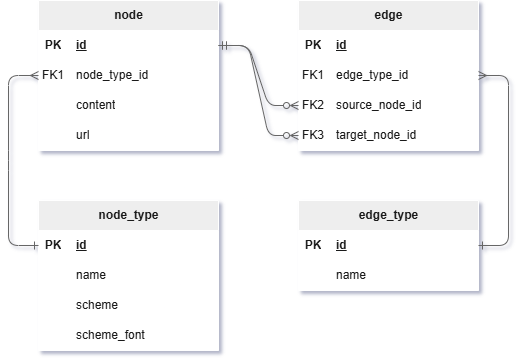
node-group-working-group/node-group-package keeps this draw.io diagram as content/assets/er_diagram_index.png. Above is the earlier version. Source tidied: cells renumbered, new cells last; positions are measured from the earlier drawing's top-left corner, leaving out a move shared by most shapes. Source of this version:
```xml
<mxGraphModel shadow="1">
  <root>
    <mxCell id="0" />
    <mxCell id="1" parent="0" />
    <mxCell id="2" value="node_type" style="shape=table;startSize=30;rowLines=0;fontStyle=1;align=center;html=1;fillColor=#EEEEEE;swimlaneFillColor=default;labelBackgroundColor=none;strokeColor=#FFFFFF;fontColor=#1A1A1A;" parent="1" vertex="1">
      <mxGeometry x="30" y="200" width="180" height="150" as="geometry" />
    </mxCell>
    <mxCell id="3" style="shape=tableRow;horizontal=0;startSize=0;swimlaneHead=0;swimlaneBody=0;fillColor=none;points=[[0,0.5],[1,0.5]];portConstraint=eastwest;top=0;left=0;right=0;bottom=1;labelBackgroundColor=none;strokeColor=#FFFFFF;fontColor=#1A1A1A;" parent="2" vertex="1">
      <mxGeometry y="30" width="180" height="30" as="geometry" />
    </mxCell>
    <mxCell id="4" value="PK" style="shape=partialRectangle;fillColor=none;top=0;left=0;bottom=0;right=0;fontStyle=1;overflow=hidden;whiteSpace=wrap;html=1;labelBackgroundColor=none;strokeColor=#FFFFFF;fontColor=#1A1A1A;" parent="3" vertex="1">
      <mxGeometry width="30" height="30" as="geometry" />
    </mxCell>
    <mxCell id="5" value="id" style="shape=partialRectangle;fillColor=none;top=0;left=0;bottom=0;right=0;align=left;spacingLeft=6;fontStyle=5;overflow=hidden;whiteSpace=wrap;html=1;labelBackgroundColor=none;strokeColor=#FFFFFF;fontColor=#1A1A1A;" parent="3" vertex="1">
      <mxGeometry x="30" width="150" height="30" as="geometry" />
    </mxCell>
    <mxCell id="6" style="shape=tableRow;horizontal=0;startSize=0;swimlaneHead=0;swimlaneBody=0;fillColor=none;top=0;left=0;right=0;bottom=0;labelBackgroundColor=none;strokeColor=#FFFFFF;fontColor=#1A1A1A;" parent="2" vertex="1">
      <mxGeometry y="60" width="180" height="30" as="geometry" />
    </mxCell>
    <mxCell id="7" style="shape=partialRectangle;fillColor=none;top=0;left=0;bottom=0;right=0;overflow=hidden;whiteSpace=wrap;html=1;labelBackgroundColor=none;strokeColor=#FFFFFF;fontColor=#1A1A1A;" parent="6" vertex="1">
      <mxGeometry width="30" height="30" as="geometry" />
    </mxCell>
    <mxCell id="8" value="name" style="shape=partialRectangle;fillColor=none;top=0;left=0;bottom=0;right=0;align=left;spacingLeft=6;overflow=hidden;whiteSpace=wrap;html=1;labelBackgroundColor=none;strokeColor=#FFFFFF;fontColor=#1A1A1A;" parent="6" vertex="1">
      <mxGeometry x="30" width="150" height="30" as="geometry" />
    </mxCell>
    <mxCell id="9" style="shape=tableRow;horizontal=0;startSize=0;swimlaneHead=0;swimlaneBody=0;fillColor=none;top=0;left=0;right=0;bottom=0;labelBackgroundColor=none;strokeColor=#FFFFFF;fontColor=#1A1A1A;" parent="2" vertex="1">
      <mxGeometry y="90" width="180" height="30" as="geometry" />
    </mxCell>
    <mxCell id="10" style="shape=partialRectangle;fillColor=none;top=0;left=0;bottom=0;right=0;overflow=hidden;whiteSpace=wrap;html=1;labelBackgroundColor=none;strokeColor=#FFFFFF;fontColor=#1A1A1A;" parent="9" vertex="1">
      <mxGeometry width="30" height="30" as="geometry" />
    </mxCell>
    <mxCell id="11" value="scheme" style="shape=partialRectangle;fillColor=none;top=0;left=0;bottom=0;right=0;align=left;spacingLeft=6;overflow=hidden;whiteSpace=wrap;html=1;labelBackgroundColor=none;strokeColor=#FFFFFF;fontColor=#1A1A1A;" parent="9" vertex="1">
      <mxGeometry x="30" width="150" height="30" as="geometry" />
    </mxCell>
    <mxCell id="12" style="shape=tableRow;horizontal=0;startSize=0;swimlaneHead=0;swimlaneBody=0;fillColor=none;top=0;left=0;right=0;bottom=0;labelBackgroundColor=none;strokeColor=#FFFFFF;fontColor=#1A1A1A;" parent="2" vertex="1">
      <mxGeometry y="120" width="180" height="30" as="geometry" />
    </mxCell>
    <mxCell id="13" style="shape=partialRectangle;fillColor=none;top=0;left=0;bottom=0;right=0;overflow=hidden;whiteSpace=wrap;html=1;labelBackgroundColor=none;strokeColor=#FFFFFF;fontColor=#1A1A1A;" parent="12" vertex="1">
      <mxGeometry width="30" height="30" as="geometry" />
    </mxCell>
    <mxCell id="14" value="scheme_font" style="shape=partialRectangle;fillColor=none;top=0;left=0;bottom=0;right=0;align=left;spacingLeft=6;overflow=hidden;whiteSpace=wrap;html=1;labelBackgroundColor=none;strokeColor=#FFFFFF;fontColor=#1A1A1A;" parent="12" vertex="1">
      <mxGeometry x="30" width="150" height="30" as="geometry" />
    </mxCell>
    <mxCell id="15" value="edge_type" style="shape=table;startSize=30;rowLines=0;fontStyle=1;align=center;html=1;fillColor=#EEEEEE;swimlaneFillColor=default;labelBackgroundColor=none;strokeColor=#FFFFFF;fontColor=#1A1A1A;" parent="1" vertex="1">
      <mxGeometry x="290" y="200" width="180" height="90" as="geometry" />
    </mxCell>
    <mxCell id="16" style="shape=tableRow;horizontal=0;startSize=0;swimlaneHead=0;swimlaneBody=0;fillColor=none;points=[[0,0.5],[1,0.5]];portConstraint=eastwest;top=0;left=0;right=0;bottom=1;labelBackgroundColor=none;strokeColor=#FFFFFF;fontColor=#1A1A1A;" parent="15" vertex="1">
      <mxGeometry y="30" width="180" height="30" as="geometry" />
    </mxCell>
    <mxCell id="17" value="PK" style="shape=partialRectangle;fillColor=none;top=0;left=0;bottom=0;right=0;fontStyle=1;overflow=hidden;whiteSpace=wrap;html=1;labelBackgroundColor=none;strokeColor=#FFFFFF;fontColor=#1A1A1A;" parent="16" vertex="1">
      <mxGeometry width="30" height="30" as="geometry" />
    </mxCell>
    <mxCell id="18" value="id" style="shape=partialRectangle;fillColor=none;top=0;left=0;bottom=0;right=0;align=left;spacingLeft=6;fontStyle=5;overflow=hidden;whiteSpace=wrap;html=1;labelBackgroundColor=none;strokeColor=#FFFFFF;fontColor=#1A1A1A;" parent="16" vertex="1">
      <mxGeometry x="30" width="150" height="30" as="geometry" />
    </mxCell>
    <mxCell id="19" style="shape=tableRow;horizontal=0;startSize=0;swimlaneHead=0;swimlaneBody=0;fillColor=none;top=0;left=0;right=0;bottom=0;labelBackgroundColor=none;strokeColor=#FFFFFF;fontColor=#1A1A1A;" parent="15" vertex="1">
      <mxGeometry y="60" width="180" height="30" as="geometry" />
    </mxCell>
    <mxCell id="20" style="shape=partialRectangle;fillColor=none;top=0;left=0;bottom=0;right=0;overflow=hidden;whiteSpace=wrap;html=1;labelBackgroundColor=none;strokeColor=#FFFFFF;fontColor=#1A1A1A;" parent="19" vertex="1">
      <mxGeometry width="30" height="30" as="geometry" />
    </mxCell>
    <mxCell id="21" value="name" style="shape=partialRectangle;fillColor=none;top=0;left=0;bottom=0;right=0;align=left;spacingLeft=6;overflow=hidden;whiteSpace=wrap;html=1;labelBackgroundColor=none;strokeColor=#FFFFFF;fontColor=#1A1A1A;" parent="19" vertex="1">
      <mxGeometry x="30" width="150" height="30" as="geometry" />
    </mxCell>
    <mxCell id="22" value="&lt;span&gt;node&lt;/span&gt;" style="shape=table;startSize=30;rowLines=0;fontStyle=1;align=center;html=1;fillColor=#EEEEEE;swimlaneFillColor=default;labelBackgroundColor=none;strokeColor=#FFFFFF;fontColor=#1A1A1A;" parent="1" vertex="1">
      <mxGeometry x="30" width="180" height="150" as="geometry" />
    </mxCell>
    <mxCell id="23" style="shape=tableRow;horizontal=0;startSize=0;swimlaneHead=0;swimlaneBody=0;fillColor=none;points=[[0,0.5],[1,0.5]];portConstraint=eastwest;top=0;left=0;right=0;bottom=1;labelBackgroundColor=none;strokeColor=#FFFFFF;fontColor=#1A1A1A;" parent="22" vertex="1">
      <mxGeometry y="30" width="180" height="30" as="geometry" />
    </mxCell>
    <mxCell id="24" value="PK" style="shape=partialRectangle;fillColor=none;top=0;left=0;bottom=0;right=0;fontStyle=1;overflow=hidden;whiteSpace=wrap;html=1;labelBackgroundColor=none;strokeColor=#FFFFFF;fontColor=#1A1A1A;" parent="23" vertex="1">
      <mxGeometry width="30" height="30" as="geometry" />
    </mxCell>
    <mxCell id="25" value="id" style="shape=partialRectangle;fillColor=none;top=0;left=0;bottom=0;right=0;align=left;spacingLeft=6;fontStyle=5;overflow=hidden;whiteSpace=wrap;html=1;labelBackgroundColor=none;strokeColor=#FFFFFF;fontColor=#1A1A1A;" parent="23" vertex="1">
      <mxGeometry x="30" width="150" height="30" as="geometry" />
    </mxCell>
    <mxCell id="26" style="shape=tableRow;horizontal=0;startSize=0;swimlaneHead=0;swimlaneBody=0;fillColor=none;points=[[0,0.5],[1,0.5]];portConstraint=eastwest;top=0;left=0;right=0;bottom=0;labelBackgroundColor=none;strokeColor=#FFFFFF;fontColor=#1A1A1A;" parent="22" vertex="1">
      <mxGeometry y="60" width="180" height="30" as="geometry" />
    </mxCell>
    <mxCell id="27" value="FK1" style="shape=partialRectangle;fillColor=none;top=0;left=0;bottom=0;right=0;overflow=hidden;whiteSpace=wrap;html=1;labelBackgroundColor=none;strokeColor=#FFFFFF;fontColor=#1A1A1A;" parent="26" vertex="1">
      <mxGeometry width="30" height="30" as="geometry" />
    </mxCell>
    <mxCell id="28" value="node_type_id" style="shape=partialRectangle;fillColor=none;top=0;left=0;bottom=0;right=0;align=left;spacingLeft=6;overflow=hidden;whiteSpace=wrap;html=1;labelBackgroundColor=none;strokeColor=#FFFFFF;fontColor=#1A1A1A;" parent="26" vertex="1">
      <mxGeometry x="30" width="150" height="30" as="geometry" />
    </mxCell>
    <mxCell id="29" style="shape=tableRow;horizontal=0;startSize=0;swimlaneHead=0;swimlaneBody=0;fillColor=none;top=0;left=0;right=0;bottom=0;labelBackgroundColor=none;strokeColor=#FFFFFF;fontColor=#1A1A1A;" parent="22" vertex="1">
      <mxGeometry y="90" width="180" height="30" as="geometry" />
    </mxCell>
    <mxCell id="30" style="shape=partialRectangle;fillColor=none;top=0;left=0;bottom=0;right=0;overflow=hidden;whiteSpace=wrap;html=1;labelBackgroundColor=none;strokeColor=#FFFFFF;fontColor=#1A1A1A;" parent="29" vertex="1">
      <mxGeometry width="30" height="30" as="geometry" />
    </mxCell>
    <mxCell id="31" value="content" style="shape=partialRectangle;fillColor=none;top=0;left=0;bottom=0;right=0;align=left;spacingLeft=6;overflow=hidden;whiteSpace=wrap;html=1;labelBackgroundColor=none;strokeColor=#FFFFFF;fontColor=#1A1A1A;" parent="29" vertex="1">
      <mxGeometry x="30" width="150" height="30" as="geometry" />
    </mxCell>
    <mxCell id="32" style="shape=tableRow;horizontal=0;startSize=0;swimlaneHead=0;swimlaneBody=0;fillColor=none;top=0;left=0;right=0;bottom=0;labelBackgroundColor=none;strokeColor=#FFFFFF;fontColor=#1A1A1A;" parent="22" vertex="1">
      <mxGeometry y="120" width="180" height="30" as="geometry" />
    </mxCell>
    <mxCell id="33" style="shape=partialRectangle;fillColor=none;top=0;left=0;bottom=0;right=0;overflow=hidden;whiteSpace=wrap;html=1;labelBackgroundColor=none;strokeColor=#FFFFFF;fontColor=#1A1A1A;" parent="32" vertex="1">
      <mxGeometry width="30" height="30" as="geometry" />
    </mxCell>
    <mxCell id="34" value="url" style="shape=partialRectangle;fillColor=none;top=0;left=0;bottom=0;right=0;align=left;spacingLeft=6;overflow=hidden;whiteSpace=wrap;html=1;labelBackgroundColor=none;strokeColor=#FFFFFF;fontColor=#1A1A1A;" parent="32" vertex="1">
      <mxGeometry x="30" width="150" height="30" as="geometry" />
    </mxCell>
    <mxCell id="35" value="edge" style="shape=table;startSize=30;rowLines=0;fontStyle=1;align=center;html=1;fillColor=#EEEEEE;swimlaneFillColor=default;labelBackgroundColor=none;strokeColor=#FFFFFF;fontColor=#1A1A1A;" parent="1" vertex="1">
      <mxGeometry x="290" width="180" height="150" as="geometry" />
    </mxCell>
    <mxCell id="36" style="shape=tableRow;horizontal=0;startSize=0;swimlaneHead=0;swimlaneBody=0;fillColor=none;top=0;left=0;right=0;bottom=1;labelBackgroundColor=none;strokeColor=#FFFFFF;fontColor=#1A1A1A;" parent="35" vertex="1">
      <mxGeometry y="30" width="180" height="30" as="geometry" />
    </mxCell>
    <mxCell id="37" value="PK" style="shape=partialRectangle;fillColor=none;top=0;left=0;bottom=0;right=0;fontStyle=1;overflow=hidden;whiteSpace=wrap;html=1;labelBackgroundColor=none;strokeColor=#FFFFFF;fontColor=#1A1A1A;" parent="36" vertex="1">
      <mxGeometry width="30" height="30" as="geometry" />
    </mxCell>
    <mxCell id="38" value="id" style="shape=partialRectangle;fillColor=none;top=0;left=0;bottom=0;right=0;align=left;spacingLeft=6;fontStyle=5;overflow=hidden;whiteSpace=wrap;html=1;labelBackgroundColor=none;strokeColor=#FFFFFF;fontColor=#1A1A1A;" parent="36" vertex="1">
      <mxGeometry x="30" width="150" height="30" as="geometry" />
    </mxCell>
    <mxCell id="39" style="shape=tableRow;horizontal=0;startSize=0;swimlaneHead=0;swimlaneBody=0;fillColor=none;points=[[0,0.5],[1,0.5]];portConstraint=eastwest;top=0;left=0;right=0;bottom=0;labelBackgroundColor=none;strokeColor=#FFFFFF;fontColor=#1A1A1A;" parent="35" vertex="1">
      <mxGeometry y="60" width="180" height="30" as="geometry" />
    </mxCell>
    <mxCell id="40" value="FK1" style="shape=partialRectangle;fillColor=none;top=0;left=0;bottom=0;right=0;overflow=hidden;whiteSpace=wrap;html=1;labelBackgroundColor=none;strokeColor=#FFFFFF;fontColor=#1A1A1A;" parent="39" vertex="1">
      <mxGeometry width="30" height="30" as="geometry" />
    </mxCell>
    <mxCell id="41" value="edge_type_id" style="shape=partialRectangle;fillColor=none;top=0;left=0;bottom=0;right=0;align=left;spacingLeft=6;overflow=hidden;whiteSpace=wrap;html=1;labelBackgroundColor=none;strokeColor=#FFFFFF;fontColor=#1A1A1A;" parent="39" vertex="1">
      <mxGeometry x="30" width="150" height="30" as="geometry" />
    </mxCell>
    <mxCell id="42" style="shape=tableRow;horizontal=0;startSize=0;swimlaneHead=0;swimlaneBody=0;fillColor=none;points=[[0,0.5],[1,0.5]];portConstraint=eastwest;top=0;left=0;right=0;bottom=0;labelBackgroundColor=none;strokeColor=#FFFFFF;fontColor=#1A1A1A;" parent="35" vertex="1">
      <mxGeometry y="90" width="180" height="30" as="geometry" />
    </mxCell>
    <mxCell id="43" value="FK2" style="shape=partialRectangle;fillColor=none;top=0;left=0;bottom=0;right=0;overflow=hidden;whiteSpace=wrap;html=1;labelBackgroundColor=none;strokeColor=#FFFFFF;fontColor=#1A1A1A;" parent="42" vertex="1">
      <mxGeometry width="30" height="30" as="geometry" />
    </mxCell>
    <mxCell id="44" value="source_node_id" style="shape=partialRectangle;fillColor=none;top=0;left=0;bottom=0;right=0;align=left;spacingLeft=6;overflow=hidden;whiteSpace=wrap;html=1;labelBackgroundColor=none;strokeColor=#FFFFFF;fontColor=#1A1A1A;" parent="42" vertex="1">
      <mxGeometry x="30" width="150" height="30" as="geometry" />
    </mxCell>
    <mxCell id="45" style="shape=tableRow;horizontal=0;startSize=0;swimlaneHead=0;swimlaneBody=0;fillColor=none;points=[[0,0.5],[1,0.5]];portConstraint=eastwest;top=0;left=0;right=0;bottom=0;labelBackgroundColor=none;strokeColor=#FFFFFF;fontColor=#1A1A1A;" parent="35" vertex="1">
      <mxGeometry y="120" width="180" height="30" as="geometry" />
    </mxCell>
    <mxCell id="46" value="FK3" style="shape=partialRectangle;fillColor=none;top=0;left=0;bottom=0;right=0;overflow=hidden;whiteSpace=wrap;html=1;labelBackgroundColor=none;strokeColor=#FFFFFF;fontColor=#1A1A1A;" parent="45" vertex="1">
      <mxGeometry width="30" height="30" as="geometry" />
    </mxCell>
    <mxCell id="47" value="target_node_id" style="shape=partialRectangle;fillColor=none;top=0;left=0;bottom=0;right=0;align=left;spacingLeft=6;overflow=hidden;whiteSpace=wrap;html=1;labelBackgroundColor=none;strokeColor=#FFFFFF;fontColor=#1A1A1A;" parent="45" vertex="1">
      <mxGeometry x="30" width="150" height="30" as="geometry" />
    </mxCell>
    <mxCell id="48" style="edgeStyle=entityRelationEdgeStyle;rounded=1;jettySize=auto;html=1;entryX=1;entryY=0.5;entryDx=0;entryDy=0;strokeColor=#666666;fontColor=#FFFFFF;fillColor=#f5f5f5;startArrow=ERzeroToMany;startFill=0;endArrow=ERmandOne;endFill=0;curved=0;" parent="1" edge="1" source="42" target="23">
      <mxGeometry relative="1" as="geometry" />
    </mxCell>
    <mxCell id="49" style="edgeStyle=entityRelationEdgeStyle;rounded=1;jettySize=auto;html=1;entryX=1;entryY=0.5;entryDx=0;entryDy=0;strokeColor=#666666;fontColor=#FFFFFF;fillColor=#f5f5f5;elbow=vertical;endArrow=ERmandOne;endFill=0;startArrow=ERzeroToMany;startFill=0;curved=0;" parent="1" edge="1" source="45" target="23">
      <mxGeometry relative="1" as="geometry" />
    </mxCell>
    <mxCell id="50" style="edgeStyle=entityRelationEdgeStyle;rounded=1;jettySize=auto;html=1;entryX=1;entryY=0.5;entryDx=0;entryDy=0;strokeColor=#666666;fontColor=#FFFFFF;fillColor=#f5f5f5;startArrow=ERone;startFill=0;endArrow=ERmany;endFill=0;curved=0;" parent="1" edge="1" source="16" target="39">
      <mxGeometry relative="1" as="geometry" />
    </mxCell>
    <mxCell id="51" style="rounded=1;jettySize=auto;html=1;strokeColor=#666666;fontColor=#FFFFFF;exitX=0;exitY=0.5;exitDx=0;exitDy=0;entryX=0;entryY=0.5;entryDx=0;entryDy=0;fillColor=#f5f5f5;startArrow=ERone;startFill=0;endArrow=ERmany;endFill=0;curved=0;" parent="1" edge="1" source="3" target="26">
      <mxGeometry relative="1" as="geometry">
        <Array as="points">
          <mxPoint y="245" />
          <mxPoint y="160" />
          <mxPoint y="75" />
        </Array>
      </mxGeometry>
    </mxCell>
  </root>
</mxGraphModel>
```
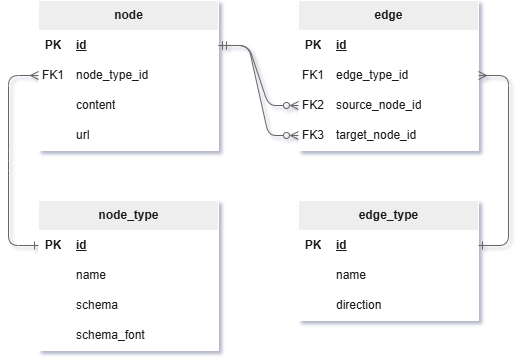
After the commit.

Change to the diagram source:
```diff
@@ -29,7 +29,7 @@
     <mxCell id="10" style="shape=partialRectangle;fillColor=none;top=0;left=0;bottom=0;right=0;overflow=hidden;whiteSpace=wrap;html=1;labelBackgroundColor=none;strokeColor=#FFFFFF;fontColor=#1A1A1A;" parent="9" vertex="1">
       <mxGeometry width="30" height="30" as="geometry" />
     </mxCell>
-    <mxCell id="11" value="scheme" style="shape=partialRectangle;fillColor=none;top=0;left=0;bottom=0;right=0;align=left;spacingLeft=6;overflow=hidden;whiteSpace=wrap;html=1;labelBackgroundColor=none;strokeColor=#FFFFFF;fontColor=#1A1A1A;" parent="9" vertex="1">
+    <mxCell id="11" value="schema" style="shape=partialRectangle;fillColor=none;top=0;left=0;bottom=0;right=0;align=left;spacingLeft=6;overflow=hidden;whiteSpace=wrap;html=1;labelBackgroundColor=none;strokeColor=#FFFFFF;fontColor=#1A1A1A;" parent="9" vertex="1">
       <mxGeometry x="30" width="150" height="30" as="geometry" />
     </mxCell>
     <mxCell id="12" style="shape=tableRow;horizontal=0;startSize=0;swimlaneHead=0;swimlaneBody=0;fillColor=none;top=0;left=0;right=0;bottom=0;labelBackgroundColor=none;strokeColor=#FFFFFF;fontColor=#1A1A1A;" parent="2" vertex="1">
@@ -38,11 +38,11 @@
     <mxCell id="13" style="shape=partialRectangle;fillColor=none;top=0;left=0;bottom=0;right=0;overflow=hidden;whiteSpace=wrap;html=1;labelBackgroundColor=none;strokeColor=#FFFFFF;fontColor=#1A1A1A;" parent="12" vertex="1">
       <mxGeometry width="30" height="30" as="geometry" />
     </mxCell>
-    <mxCell id="14" value="scheme_font" style="shape=partialRectangle;fillColor=none;top=0;left=0;bottom=0;right=0;align=left;spacingLeft=6;overflow=hidden;whiteSpace=wrap;html=1;labelBackgroundColor=none;strokeColor=#FFFFFF;fontColor=#1A1A1A;" parent="12" vertex="1">
+    <mxCell id="14" value="schema_font" style="shape=partialRectangle;fillColor=none;top=0;left=0;bottom=0;right=0;align=left;spacingLeft=6;overflow=hidden;whiteSpace=wrap;html=1;labelBackgroundColor=none;strokeColor=#FFFFFF;fontColor=#1A1A1A;" parent="12" vertex="1">
       <mxGeometry x="30" width="150" height="30" as="geometry" />
     </mxCell>
     <mxCell id="15" value="edge_type" style="shape=table;startSize=30;rowLines=0;fontStyle=1;align=center;html=1;fillColor=#EEEEEE;swimlaneFillColor=default;labelBackgroundColor=none;strokeColor=#FFFFFF;fontColor=#1A1A1A;" parent="1" vertex="1">
-      <mxGeometry x="290" y="200" width="180" height="90" as="geometry" />
+      <mxGeometry x="290" y="200" width="180" height="120" as="geometry" />
     </mxCell>
     <mxCell id="16" style="shape=tableRow;horizontal=0;startSize=0;swimlaneHead=0;swimlaneBody=0;fillColor=none;points=[[0,0.5],[1,0.5]];portConstraint=eastwest;top=0;left=0;right=0;bottom=1;labelBackgroundColor=none;strokeColor=#FFFFFF;fontColor=#1A1A1A;" parent="15" vertex="1">
       <mxGeometry y="30" width="180" height="30" as="geometry" />
@@ -62,6 +62,15 @@
     <mxCell id="21" value="name" style="shape=partialRectangle;fillColor=none;top=0;left=0;bottom=0;right=0;align=left;spacingLeft=6;overflow=hidden;whiteSpace=wrap;html=1;labelBackgroundColor=none;strokeColor=#FFFFFF;fontColor=#1A1A1A;" parent="19" vertex="1">
       <mxGeometry x="30" width="150" height="30" as="geometry" />
     </mxCell>
+    <mxCell id="52" style="shape=tableRow;horizontal=0;startSize=0;swimlaneHead=0;swimlaneBody=0;fillColor=none;top=0;left=0;right=0;bottom=0;labelBackgroundColor=none;strokeColor=#FFFFFF;fontColor=#1A1A1A;" parent="15" vertex="1">
+      <mxGeometry y="90" width="180" height="30" as="geometry" />
+    </mxCell>
+    <mxCell id="53" style="shape=partialRectangle;fillColor=none;top=0;left=0;bottom=0;right=0;overflow=hidden;whiteSpace=wrap;html=1;labelBackgroundColor=none;strokeColor=#FFFFFF;fontColor=#1A1A1A;" parent="52" vertex="1">
+      <mxGeometry width="30" height="30" as="geometry" />
+    </mxCell>
+    <mxCell id="54" value="direction" style="shape=partialRectangle;fillColor=none;top=0;left=0;bottom=0;right=0;align=left;spacingLeft=6;overflow=hidden;whiteSpace=wrap;html=1;labelBackgroundColor=none;strokeColor=#FFFFFF;fontColor=#1A1A1A;" parent="52" vertex="1">
+      <mxGeometry x="30" width="150" height="30" as="geometry" />
+    </mxCell>
     <mxCell id="22" value="&lt;span&gt;node&lt;/span&gt;" style="shape=table;startSize=30;rowLines=0;fontStyle=1;align=center;html=1;fillColor=#EEEEEE;swimlaneFillColor=default;labelBackgroundColor=none;strokeColor=#FFFFFF;fontColor=#1A1A1A;" parent="1" vertex="1">
       <mxGeometry x="30" width="180" height="150" as="geometry" />
     </mxCell>
```
